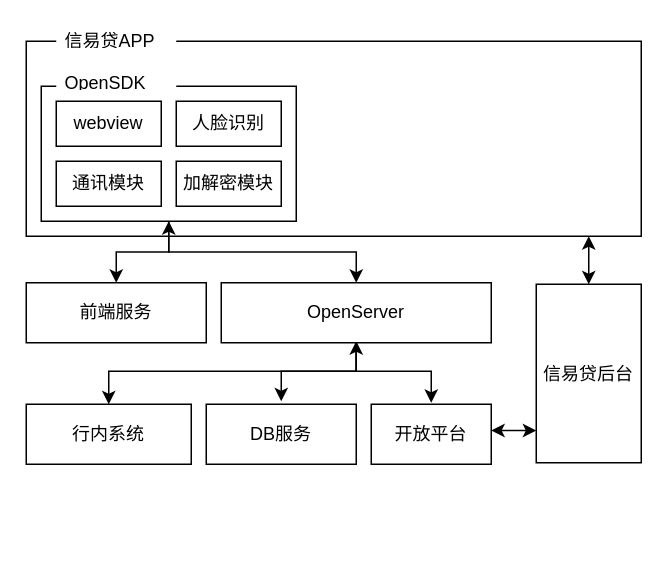
shushanfx/nfile keeps this draw.io diagram as page "第 3 页" (3 of 7) of doc/未命名绘图.drawio. Above is the earlier version. Source tidied: cells renumbered, new cells numbered last; positions are measured from the earlier drawing's top-left corner, leaving out a move shared by most shapes. Both pictures are drawn from the tidied source at 150%, with x=0, y=0 at pixel (26, 26).
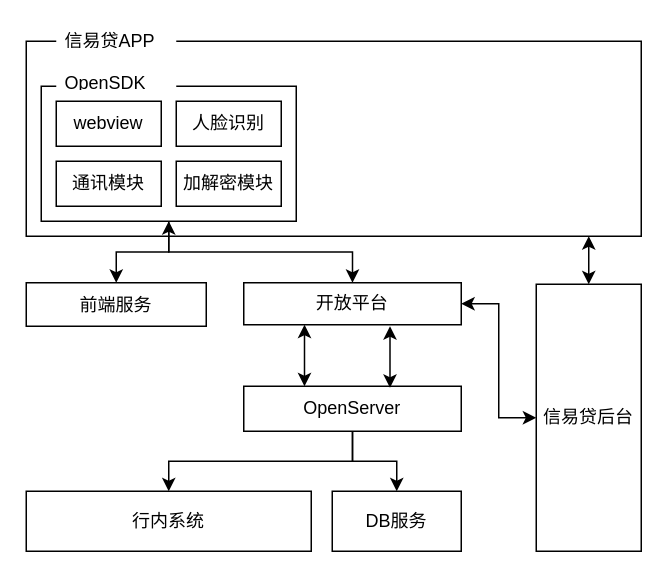
After the change.

The change refers to these unchanged cells:
```xml
<mxCell id="6" style="rounded=0;whiteSpace=wrap;html=1;" parent="1" vertex="1">
  <mxGeometry x="10" y="40" width="170" height="90" as="geometry" />
</mxCell>
```

The edit, as a diff of the source:
```diff
@@
-    <mxCell id="5" style="edgeStyle=orthogonalEdgeStyle;rounded=0;jettySize=auto;html=1;startArrow=classic;startFill=1;" parent="1" edge="1" source="6" target="14">
-      <mxGeometry relative="1" as="geometry" />
-    </mxCell>
+    <mxCell id="23" style="edgeStyle=orthogonalEdgeStyle;rounded=0;jettySize=auto;html=1;startArrow=classic;startFill=1;" parent="1" edge="1" source="6" target="19">
+      <mxGeometry relative="1" as="geometry" />
+    </mxCell>
@@
-    <mxCell id="11" style="edgeStyle=orthogonalEdgeStyle;rounded=0;jettySize=auto;html=1;exitX=0.5;exitY=1;exitDx=0;exitDy=0;" parent="1" edge="1" source="14" target="20">
-      <mxGeometry relative="1" as="geometry">
-        <Array as="points">
-          <mxPoint x="220" y="230" />
-          <mxPoint x="55" y="230" />
-        </Array>
-      </mxGeometry>
-    </mxCell>
-    <mxCell id="12" style="edgeStyle=orthogonalEdgeStyle;rounded=0;orthogonalLoop=1;jettySize=auto;html=1;entryX=0.5;entryY=0;entryDx=0;entryDy=0;" parent="1" edge="1">
-      <mxGeometry relative="1" as="geometry">
-        <mxPoint x="220" y="209" as="sourcePoint" />
-        <mxPoint x="170" y="250" as="targetPoint" />
-        <Array as="points">
-          <mxPoint x="220" y="230" />
-          <mxPoint x="170" y="230" />
-        </Array>
-      </mxGeometry>
-    </mxCell>
-    <mxCell id="13" style="edgeStyle=orthogonalEdgeStyle;rounded=0;orthogonalLoop=1;jettySize=auto;html=1;entryX=0.5;entryY=0;entryDx=0;entryDy=0;startArrow=classic;startFill=1;" parent="1" edge="1">
-      <mxGeometry relative="1" as="geometry">
-        <mxPoint x="220" y="210" as="sourcePoint" />
-        <mxPoint x="270" y="251" as="targetPoint" />
-        <Array as="points">
-          <mxPoint x="220" y="230" />
-          <mxPoint x="270" y="230" />
-        </Array>
-      </mxGeometry>
-    </mxCell>
-    <mxCell id="14" value="OpenServer" style="rounded=0;whiteSpace=wrap;html=1;" parent="1" vertex="1">
-      <mxGeometry x="130" y="171" width="180" height="40" as="geometry" />
-    </mxCell>
@@
     <mxCell id="17" value="前端服务" style="rounded=0;whiteSpace=wrap;html=1;" parent="1" vertex="1">
-      <mxGeometry y="171" width="120" height="40" as="geometry" />
+      <mxGeometry y="171" width="120" height="29" as="geometry" />
     </mxCell>
-    <mxCell id="18" style="edgeStyle=orthogonalEdgeStyle;rounded=0;jettySize=auto;html=1;entryX=0;entryY=0.75;entryDx=0;entryDy=0;startArrow=classic;startFill=1;" parent="1" edge="1" source="19">
-      <mxGeometry relative="1" as="geometry">
-        <mxPoint x="340" y="269.5" as="targetPoint" />
-        <Array as="points">
-          <mxPoint x="330" y="270" />
-        </Array>
-      </mxGeometry>
-    </mxCell>
-    <mxCell id="19" value="开放平台" style="rounded=0;whiteSpace=wrap;html=1;" parent="1" vertex="1">
-      <mxGeometry x="230" y="252" width="80" height="40" as="geometry" />
-    </mxCell>
     <mxCell id="20" value="行内系统" style="rounded=0;whiteSpace=wrap;html=1;" parent="1" vertex="1">
-      <mxGeometry y="252" width="110" height="40" as="geometry" />
+      <mxGeometry y="310" width="190" height="40" as="geometry" />
     </mxCell>
     <mxCell id="21" value="DB服务" style="rounded=0;whiteSpace=wrap;html=1;" parent="1" vertex="1">
-      <mxGeometry x="120" y="252" width="100" height="40" as="geometry" />
+      <mxGeometry x="204" y="310" width="86" height="40" as="geometry" />
     </mxCell>
     <mxCell id="22" value="信易贷后台" style="rounded=0;whiteSpace=wrap;html=1;" parent="1" vertex="1">
-      <mxGeometry x="340" y="172" width="70" height="119" as="geometry" />
+      <mxGeometry x="340" y="172" width="70" height="178" as="geometry" />
     </mxCell>
+    <mxCell id="24" style="edgeStyle=orthogonalEdgeStyle;rounded=0;orthogonalLoop=1;jettySize=auto;html=1;startArrow=classic;startFill=1;" parent="1" edge="1">
+      <mxGeometry relative="1" as="geometry">
+        <mxPoint x="185.5" y="199" as="sourcePoint" />
+        <mxPoint x="185.5" y="240" as="targetPoint" />
+      </mxGeometry>
+    </mxCell>
+    <mxCell id="25" style="edgeStyle=orthogonalEdgeStyle;rounded=0;jettySize=auto;html=1;entryX=0;entryY=0.5;entryDx=0;entryDy=0;startArrow=classic;startFill=1;" parent="1" edge="1" source="19" target="22">
+      <mxGeometry relative="1" as="geometry" />
+    </mxCell>
+    <mxCell id="19" value="开放平台" style="rounded=0;whiteSpace=wrap;html=1;" parent="1" vertex="1">
+      <mxGeometry x="145" y="171" width="145" height="28" as="geometry" />
+    </mxCell>
+    <mxCell id="11" style="edgeStyle=orthogonalEdgeStyle;rounded=0;jettySize=auto;html=1;" parent="1" edge="1" source="14" target="20">
+      <mxGeometry relative="1" as="geometry" />
+    </mxCell>
+    <mxCell id="26" style="edgeStyle=orthogonalEdgeStyle;rounded=0;jettySize=auto;html=1;" parent="1" edge="1" source="14" target="21">
+      <mxGeometry relative="1" as="geometry" />
+    </mxCell>
+    <mxCell id="14" value="OpenServer" style="rounded=0;whiteSpace=wrap;html=1;" parent="1" vertex="1">
+      <mxGeometry x="145" y="240" width="145" height="30" as="geometry" />
+    </mxCell>
+    <mxCell id="27" style="edgeStyle=orthogonalEdgeStyle;rounded=0;orthogonalLoop=1;jettySize=auto;html=1;startArrow=classic;startFill=1;" parent="1" edge="1">
+      <mxGeometry relative="1" as="geometry">
+        <mxPoint x="242.5" y="200" as="sourcePoint" />
+        <mxPoint x="242.5" y="241" as="targetPoint" />
+        <Array as="points">
+          <mxPoint x="243" y="211" />
+          <mxPoint x="243" y="211" />
+        </Array>
+      </mxGeometry>
+    </mxCell>
```
